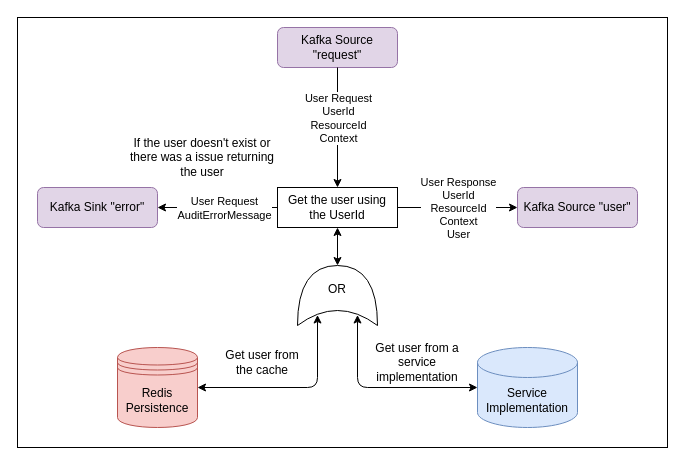
Earlier version of the draw.io diagram user-service/doc/user-service.drawio (gchq/Palisade-services). Source tidied: cells renumbered, new cells numbered last; positions are measured from the earlier drawing's top-left corner, leaving out a move shared by most shapes. Both pictures are drawn from the tidied source at 100%, with x=0, y=0 at pixel (17, 17).
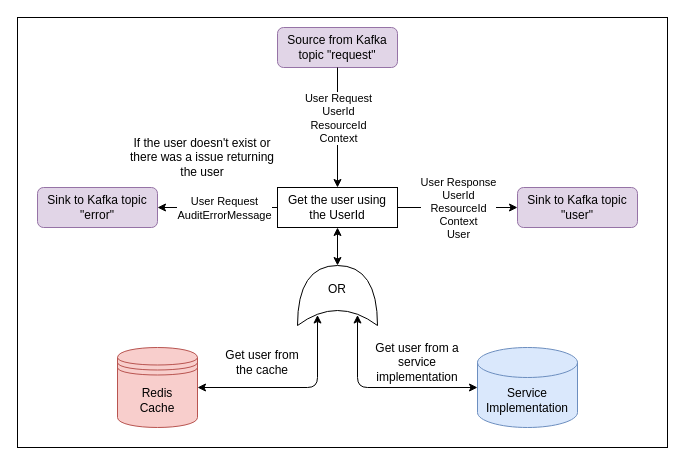
The same diagram, later.

Change to the diagram source:
```diff
@@
-    <mxCell id="3" value="&lt;span&gt;Kafka Source &quot;request&quot;&lt;/span&gt;" style="rounded=1;whiteSpace=wrap;html=1;fillColor=#e1d5e7;strokeColor=#9673a6;" parent="1" vertex="1">
+    <mxCell id="3" value="&lt;span&gt;Source from Kafka topic &quot;request&quot;&lt;/span&gt;" style="rounded=1;whiteSpace=wrap;html=1;fillColor=#e1d5e7;strokeColor=#9673a6;" parent="1" vertex="1">
       <mxGeometry x="260" y="10" width="120" height="40" as="geometry" />
     </mxCell>
-    <mxCell id="4" value="&lt;span&gt;Kafka Source &quot;user&quot;&lt;/span&gt;" style="rounded=1;whiteSpace=wrap;html=1;fillColor=#e1d5e7;strokeColor=#9673a6;" parent="1" vertex="1">
+    <mxCell id="4" value="&lt;span&gt;Sink to Kafka topic &quot;user&quot;&lt;/span&gt;" style="rounded=1;whiteSpace=wrap;html=1;fillColor=#e1d5e7;strokeColor=#9673a6;" parent="1" vertex="1">
       <mxGeometry x="500" y="170" width="120" height="40" as="geometry" />
     </mxCell>
-    <mxCell id="5" value="Kafka Sink &quot;error&quot;" style="rounded=1;whiteSpace=wrap;html=1;fillColor=#e1d5e7;strokeColor=#9673a6;" parent="1" vertex="1">
+    <mxCell id="5" value="Sink to Kafka topic &quot;error&quot;" style="rounded=1;whiteSpace=wrap;html=1;fillColor=#e1d5e7;strokeColor=#9673a6;" parent="1" vertex="1">
       <mxGeometry x="20" y="170" width="120" height="40" as="geometry" />
     </mxCell>
@@
-    <mxCell id="14" value="&lt;div&gt;&lt;span&gt;Redis&lt;/span&gt;&lt;/div&gt;&lt;div&gt;&lt;span&gt;Persistence&lt;/span&gt;&lt;/div&gt;" style="shape=datastore;whiteSpace=wrap;html=1;labelBackgroundColor=none;fillColor=#f8cecc;strokeColor=#b85450;" parent="1" vertex="1">
+    <mxCell id="14" value="&lt;div&gt;&lt;span&gt;Redis&lt;/span&gt;&lt;/div&gt;&lt;div&gt;&lt;span&gt;Cache&lt;/span&gt;&lt;/div&gt;" style="shape=datastore;whiteSpace=wrap;html=1;labelBackgroundColor=none;fillColor=#f8cecc;strokeColor=#b85450;" parent="1" vertex="1">
       <mxGeometry x="100" y="330" width="80" height="80" as="geometry" />
     </mxCell>
```
